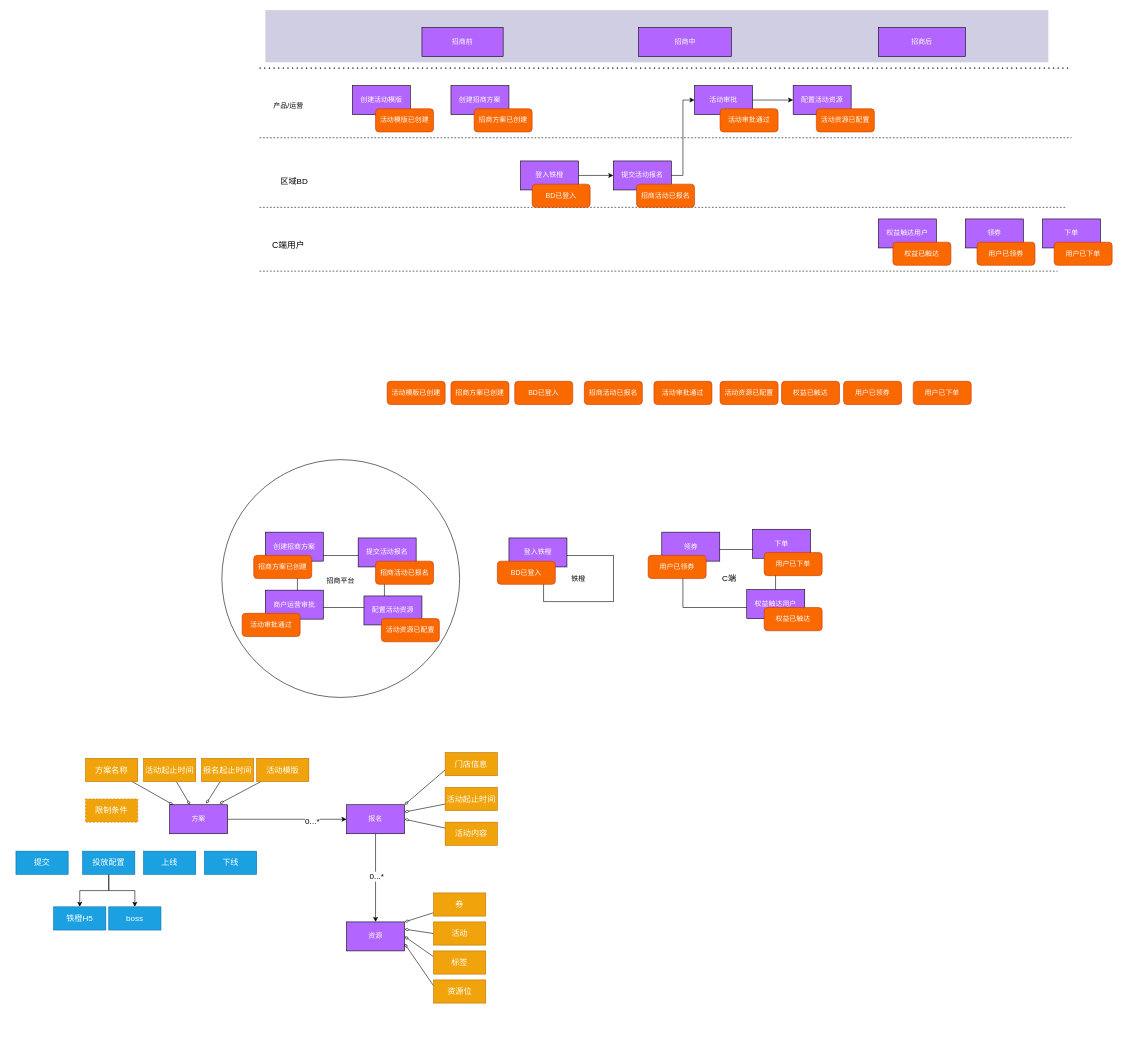
Before: 事件风暴.drawio in LStoomuch/Alpha, a draw.io diagram. Source tidied: cells renumbered, new cells numbered last; positions are measured from the earlier drawing's top-left corner, leaving out a move shared by most shapes. Both pictures are drawn from the tidied source at 58%, with x=0, y=0 at pixel (16, 10).
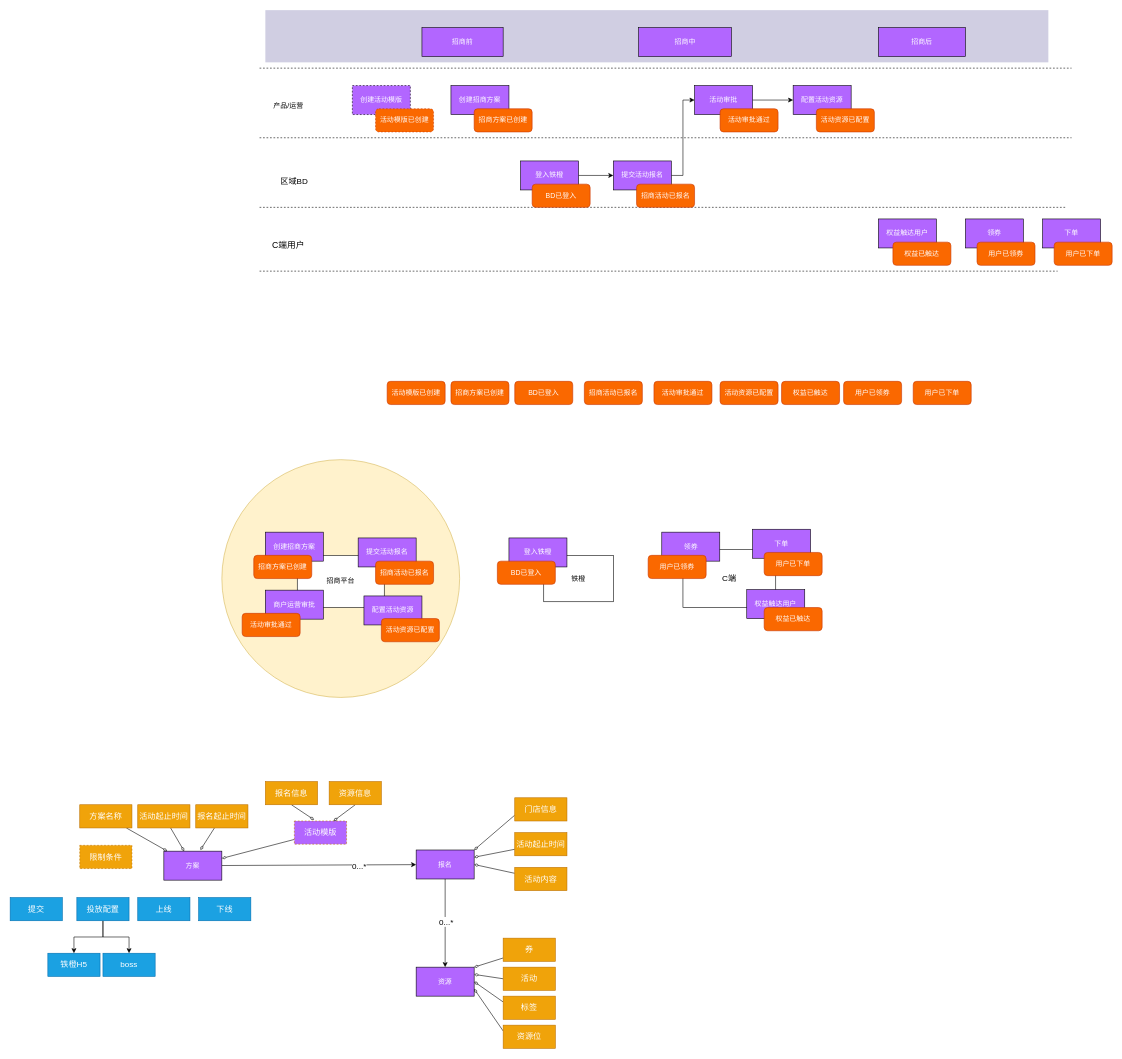
Above is the later version.

Commit message:
更新事件风暴.drawio

Diff of the diagram source:
```diff
@@
-    <mxCell id="3" style="ellipse;whiteSpace=wrap;html=1;fontSize=14;fontColor=#000000;fillColor=#FFFFFF;" parent="1" vertex="1">
+    <mxCell id="3" style="ellipse;whiteSpace=wrap;html=1;fontSize=14;fillColor=#fff2cc;strokeColor=#d6b656;" parent="1" vertex="1">
       <mxGeometry x="355" y="775" width="410" height="410" as="geometry" />
     </mxCell>
@@
-    <mxCell id="5" style="endArrow=none;dashed=1;html=1;dashPattern=1 3;strokeWidth=2;rounded=0;fontColor=#FFFFFF;" parent="1" edge="1">
-      <mxGeometry relative="1" as="geometry">
-        <mxPoint x="420" y="100" as="sourcePoint" />
-        <mxPoint x="1820" y="100" as="targetPoint" />
-      </mxGeometry>
-    </mxCell>
@@
-    <mxCell id="55" value="&lt;font color=&quot;#ffffff&quot;&gt;创建活动模版&lt;/font&gt;" style="rounded=0;whiteSpace=wrap;html=1;fillColor=#B266FF;" parent="1" vertex="1">
+    <mxCell id="55" value="&lt;font color=&quot;#ffffff&quot;&gt;创建活动模版&lt;/font&gt;" style="rounded=0;whiteSpace=wrap;html=1;fillColor=#B266FF;dashed=1;" parent="1" vertex="1">
       <mxGeometry x="580" y="130" width="100" height="50" as="geometry" />
     </mxCell>
-    <mxCell id="56" value="&lt;font color=&quot;#ffffff&quot;&gt;活动模版已创建&lt;/font&gt;" style="rounded=1;whiteSpace=wrap;html=1;fillColor=#fa6800;strokeColor=#C73500;fontColor=#000000;" parent="1" vertex="1">
+    <mxCell id="56" value="&lt;font color=&quot;#ffffff&quot;&gt;活动模版已创建&lt;/font&gt;" style="rounded=1;whiteSpace=wrap;html=1;fillColor=#fa6800;strokeColor=#C73500;fontColor=#000000;dashed=1;" parent="1" vertex="1">
       <mxGeometry x="620" y="170" width="100" height="40" as="geometry" />
     </mxCell>
@@
     <mxCell id="60" value="&lt;font color=&quot;#ffffff&quot;&gt;方案&lt;/font&gt;" style="rounded=0;whiteSpace=wrap;html=1;fillColor=#B266FF;" parent="1" vertex="1">
-      <mxGeometry x="265" y="1370" width="100" height="50" as="geometry" />
+      <mxGeometry x="255" y="1450" width="100" height="50" as="geometry" />
     </mxCell>
@@
     <mxCell id="62" value="&lt;font color=&quot;#ffffff&quot;&gt;方案名称&lt;/font&gt;" style="rounded=0;whiteSpace=wrap;html=1;fontSize=14;fillColor=#f0a30a;strokeColor=#BD7000;fontColor=#000000;" parent="1" vertex="1">
-      <mxGeometry x="120" y="1290" width="90" height="40" as="geometry" />
+      <mxGeometry x="110" y="1370" width="90" height="40" as="geometry" />
     </mxCell>
-    <mxCell id="63" style="edgeStyle=none;rounded=0;jettySize=auto;html=1;entryX=0.86;entryY=-0.04;entryDx=0;entryDy=0;fontSize=14;fontColor=#FFFFFF;endArrow=diamondThin;endFill=0;entryPerimeter=0;" parent="1" edge="1" source="64" target="60">
+    <mxCell id="63" style="edgeStyle=none;rounded=0;jettySize=auto;html=1;entryX=1;entryY=0.25;entryDx=0;entryDy=0;fontSize=14;fontColor=#000000;endArrow=diamondThin;endFill=0;" parent="1" edge="1" source="64" target="60">
       <mxGeometry relative="1" as="geometry" />
     </mxCell>
-    <mxCell id="64" value="&lt;font color=&quot;#ffffff&quot;&gt;活动模版&lt;/font&gt;" style="rounded=0;whiteSpace=wrap;html=1;fontSize=14;fillColor=#f0a30a;strokeColor=#BD7000;fontColor=#000000;" parent="1" vertex="1">
-      <mxGeometry x="415" y="1290" width="90" height="40" as="geometry" />
+    <mxCell id="64" value="&lt;font color=&quot;#ffffff&quot;&gt;活动模版&lt;/font&gt;" style="rounded=0;whiteSpace=wrap;html=1;fontSize=14;fillColor=#B266FF;strokeColor=#BD7000;fontColor=#000000;dashed=1;" parent="1" vertex="1">
+      <mxGeometry x="480" y="1398" width="90" height="40" as="geometry" />
     </mxCell>
@@
     <mxCell id="66" value="&lt;font color=&quot;#ffffff&quot;&gt;活动起止时间&lt;/font&gt;" style="rounded=0;whiteSpace=wrap;html=1;fontSize=14;fillColor=#f0a30a;strokeColor=#BD7000;fontColor=#000000;" parent="1" vertex="1">
-      <mxGeometry x="220" y="1290" width="90" height="40" as="geometry" />
+      <mxGeometry x="210" y="1370" width="90" height="40" as="geometry" />
     </mxCell>
@@
     <mxCell id="68" value="&lt;font color=&quot;#ffffff&quot;&gt;报名起止时间&lt;/font&gt;" style="rounded=0;whiteSpace=wrap;html=1;fontSize=14;fillColor=#f0a30a;strokeColor=#BD7000;fontColor=#000000;" parent="1" vertex="1">
-      <mxGeometry x="320" y="1290" width="90" height="40" as="geometry" />
+      <mxGeometry x="310" y="1370" width="90" height="40" as="geometry" />
     </mxCell>
     <mxCell id="69" value="提交" style="rounded=0;whiteSpace=wrap;html=1;fontSize=14;fillColor=#1ba1e2;strokeColor=#006EAF;fontColor=#ffffff;" parent="1" vertex="1">
-      <mxGeometry y="1450" width="90" height="40" as="geometry" />
+      <mxGeometry x="-10" y="1530" width="90" height="40" as="geometry" />
     </mxCell>
@@
     <mxCell id="72" value="投放配置" style="rounded=0;whiteSpace=wrap;html=1;fontSize=14;fillColor=#1ba1e2;strokeColor=#006EAF;fontColor=#ffffff;" parent="1" vertex="1">
-      <mxGeometry x="115" y="1450" width="90" height="40" as="geometry" />
+      <mxGeometry x="105" y="1530" width="90" height="40" as="geometry" />
     </mxCell>
     <mxCell id="73" value="上线" style="rounded=0;whiteSpace=wrap;html=1;fontSize=14;fillColor=#1ba1e2;strokeColor=#006EAF;fontColor=#ffffff;" parent="1" vertex="1">
-      <mxGeometry x="220" y="1450" width="90" height="40" as="geometry" />
+      <mxGeometry x="210" y="1530" width="90" height="40" as="geometry" />
     </mxCell>
     <mxCell id="74" value="下线" style="rounded=0;whiteSpace=wrap;html=1;fontSize=14;fillColor=#1ba1e2;strokeColor=#006EAF;fontColor=#ffffff;" parent="1" vertex="1">
-      <mxGeometry x="325" y="1450" width="90" height="40" as="geometry" />
+      <mxGeometry x="315" y="1530" width="90" height="40" as="geometry" />
     </mxCell>
     <mxCell id="75" value="铁橙H5" style="rounded=0;whiteSpace=wrap;html=1;fontSize=14;fillColor=#1ba1e2;strokeColor=#006EAF;fontColor=#ffffff;" parent="1" vertex="1">
-      <mxGeometry x="65" y="1546" width="90" height="40" as="geometry" />
+      <mxGeometry x="55" y="1626" width="90" height="40" as="geometry" />
     </mxCell>
     <mxCell id="76" value="boss" style="rounded=0;whiteSpace=wrap;html=1;fontSize=14;fillColor=#1ba1e2;strokeColor=#006EAF;fontColor=#ffffff;" parent="1" vertex="1">
-      <mxGeometry x="160" y="1546" width="90" height="40" as="geometry" />
+      <mxGeometry x="150" y="1626" width="90" height="40" as="geometry" />
     </mxCell>
@@
     <mxCell id="79" value="&lt;font color=&quot;#ffffff&quot;&gt;报名&lt;/font&gt;" style="rounded=0;whiteSpace=wrap;html=1;fillColor=#B266FF;" parent="1" vertex="1">
-      <mxGeometry x="570" y="1370" width="100" height="50" as="geometry" />
+      <mxGeometry x="690" y="1448" width="100" height="50" as="geometry" />
     </mxCell>
@@
     <mxCell id="81" value="&lt;font color=&quot;#ffffff&quot;&gt;门店信息&lt;/font&gt;" style="rounded=0;whiteSpace=wrap;html=1;fontSize=14;fillColor=#f0a30a;strokeColor=#BD7000;fontColor=#000000;" parent="1" vertex="1">
-      <mxGeometry x="740" y="1280" width="90" height="40" as="geometry" />
+      <mxGeometry x="860" y="1358" width="90" height="40" as="geometry" />
     </mxCell>
@@
     <mxCell id="83" value="&lt;font color=&quot;#ffffff&quot;&gt;活动起止时间&lt;/font&gt;" style="rounded=0;whiteSpace=wrap;html=1;fontSize=14;fillColor=#f0a30a;strokeColor=#BD7000;fontColor=#000000;" parent="1" vertex="1">
-      <mxGeometry x="740" y="1340" width="90" height="40" as="geometry" />
+      <mxGeometry x="860" y="1418" width="90" height="40" as="geometry" />
     </mxCell>
@@
     <mxCell id="85" value="&lt;font color=&quot;#ffffff&quot;&gt;活动内容&lt;/font&gt;" style="rounded=0;whiteSpace=wrap;html=1;fontSize=14;fillColor=#f0a30a;strokeColor=#BD7000;fontColor=#000000;" parent="1" vertex="1">
-      <mxGeometry x="740" y="1400" width="90" height="40" as="geometry" />
+      <mxGeometry x="860" y="1478" width="90" height="40" as="geometry" />
     </mxCell>
     <mxCell id="86" value="&lt;font color=&quot;#ffffff&quot;&gt;限制条件&lt;/font&gt;" style="rounded=0;whiteSpace=wrap;html=1;fontSize=14;fillColor=#f0a30a;strokeColor=#BD7000;fontColor=#000000;dashed=1;" parent="1" vertex="1">
-      <mxGeometry x="120" y="1360" width="90" height="40" as="geometry" />
+      <mxGeometry x="110" y="1440" width="90" height="40" as="geometry" />
     </mxCell>
     <mxCell id="87" value="&lt;font color=&quot;#ffffff&quot;&gt;资源&lt;/font&gt;" style="rounded=0;whiteSpace=wrap;html=1;fillColor=#B266FF;" parent="1" vertex="1">
-      <mxGeometry x="570" y="1572" width="100" height="50" as="geometry" />
+      <mxGeometry x="690" y="1650" width="100" height="50" as="geometry" />
     </mxCell>
@@
     <mxCell id="89" value="&lt;font color=&quot;#ffffff&quot;&gt;券&lt;/font&gt;" style="rounded=0;whiteSpace=wrap;html=1;fontSize=14;fillColor=#f0a30a;strokeColor=#BD7000;fontColor=#000000;" parent="1" vertex="1">
-      <mxGeometry x="720" y="1522" width="90" height="40" as="geometry" />
+      <mxGeometry x="840" y="1600" width="90" height="40" as="geometry" />
     </mxCell>
@@
     <mxCell id="91" value="&lt;font color=&quot;#ffffff&quot;&gt;活动&lt;/font&gt;" style="rounded=0;whiteSpace=wrap;html=1;fontSize=14;fillColor=#f0a30a;strokeColor=#BD7000;fontColor=#000000;" parent="1" vertex="1">
-      <mxGeometry x="720" y="1572" width="90" height="40" as="geometry" />
+      <mxGeometry x="840" y="1650" width="90" height="40" as="geometry" />
     </mxCell>
@@
     <mxCell id="93" value="&lt;font color=&quot;#ffffff&quot;&gt;标签&lt;/font&gt;" style="rounded=0;whiteSpace=wrap;html=1;fontSize=14;fillColor=#f0a30a;strokeColor=#BD7000;fontColor=#000000;" parent="1" vertex="1">
-      <mxGeometry x="720" y="1622" width="90" height="40" as="geometry" />
+      <mxGeometry x="840" y="1700" width="90" height="40" as="geometry" />
     </mxCell>
@@
     <mxCell id="95" value="&lt;font color=&quot;#ffffff&quot;&gt;资源位&lt;/font&gt;" style="rounded=0;whiteSpace=wrap;html=1;fontSize=14;fillColor=#f0a30a;strokeColor=#BD7000;fontColor=#000000;" parent="1" vertex="1">
-      <mxGeometry x="720" y="1672" width="90" height="40" as="geometry" />
+      <mxGeometry x="840" y="1750" width="90" height="40" as="geometry" />
     </mxCell>
@@
+    <mxCell id="101" style="edgeStyle=none;rounded=0;jettySize=auto;html=1;exitX=0.5;exitY=1;exitDx=0;exitDy=0;entryX=0.378;entryY=-0.05;entryDx=0;entryDy=0;fontSize=14;fontColor=#000000;endArrow=diamondThin;endFill=0;entryPerimeter=0;" parent="1" edge="1" source="102" target="64">
+      <mxGeometry relative="1" as="geometry" />
+    </mxCell>
+    <mxCell id="102" value="&lt;font color=&quot;#ffffff&quot;&gt;报名信息&lt;/font&gt;" style="rounded=0;whiteSpace=wrap;html=1;fontSize=14;fillColor=#f0a30a;strokeColor=#BD7000;fontColor=#000000;" parent="1" vertex="1">
+      <mxGeometry x="430" y="1330" width="90" height="40" as="geometry" />
+    </mxCell>
+    <mxCell id="103" style="edgeStyle=none;rounded=0;jettySize=auto;html=1;exitX=0.5;exitY=1;exitDx=0;exitDy=0;entryX=0.75;entryY=0;entryDx=0;entryDy=0;fontSize=14;fontColor=#000000;endArrow=diamondThin;endFill=0;" parent="1" edge="1" source="104" target="64">
+      <mxGeometry relative="1" as="geometry" />
+    </mxCell>
+    <mxCell id="104" value="&lt;font color=&quot;#ffffff&quot;&gt;资源信息&lt;/font&gt;" style="rounded=0;whiteSpace=wrap;html=1;fontSize=14;fillColor=#f0a30a;strokeColor=#BD7000;fontColor=#000000;" parent="1" vertex="1">
+      <mxGeometry x="540" y="1330" width="90" height="40" as="geometry" />
+    </mxCell>
+    <mxCell id="105" style="endArrow=none;dashed=1;html=1;rounded=0;fontColor=#FFFFFF;" parent="1" edge="1">
+      <mxGeometry relative="1" as="geometry">
+        <mxPoint x="420" y="100" as="sourcePoint" />
+        <mxPoint x="1820" y="100" as="targetPoint" />
+      </mxGeometry>
+    </mxCell>
```
